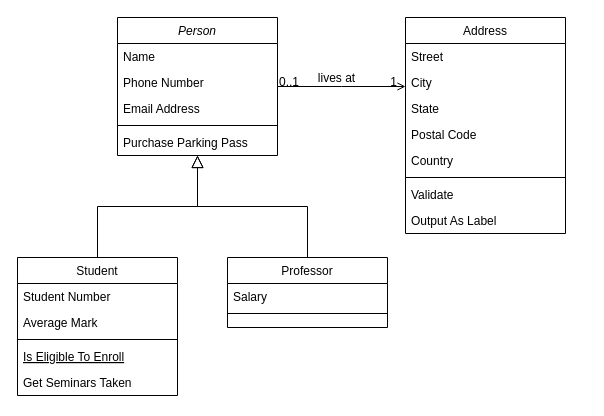
Earlier version of the draw.io diagram Diagramme sans nom.drawio (yacdja/myzoo). Source tidied: cells renumbered, new cells numbered last; positions are measured from the earlier drawing's top-left corner, leaving out a move shared by most shapes. Both pictures are drawn from the tidied source at 100%, with x=0, y=0 at pixel (17, 17).
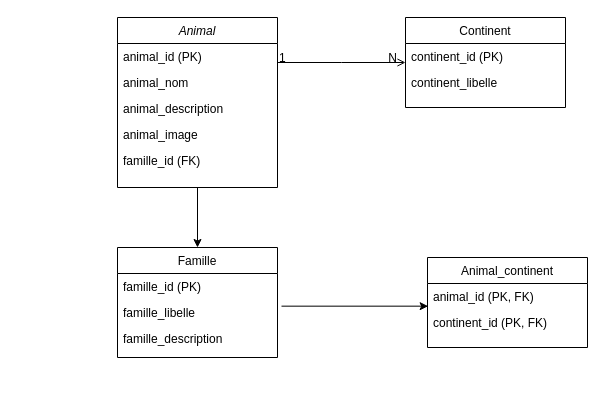
The same diagram, later.

The change refers to these unchanged cells:
```xml
<mxCell id="28" style="endArrow=open;shadow=0;strokeWidth=1;rounded=0;endFill=1;edgeStyle=elbowEdgeStyle;elbow=vertical;" parent="1" edge="1" source="2" target="19">
  <mxGeometry x="0.5" y="41" relative="1" as="geometry">
    <mxPoint x="-40" y="32" as="offset" />
  </mxGeometry>
</mxCell>
```

Change to the diagram source:
```diff
@@
-    <mxCell id="2" value="Person" style="swimlane;fontStyle=2;align=center;verticalAlign=top;horizontal=1;startSize=26;rounded=0;shadow=0;strokeWidth=1;" parent="1" vertex="1">
-      <mxGeometry x="100" width="160" height="138" as="geometry" />
+    <mxCell id="2" value="Animal" style="swimlane;fontStyle=2;align=center;verticalAlign=top;horizontal=1;startSize=26;rounded=0;shadow=0;strokeWidth=1;" parent="1" vertex="1">
+      <mxGeometry x="100" width="160" height="170" as="geometry" />
     </mxCell>
-    <mxCell id="3" value="Name" style="text;align=left;verticalAlign=top;spacingLeft=4;spacingRight=4;overflow=hidden;" parent="2" vertex="1">
+    <mxCell id="3" value="animal_id (PK)" style="text;align=left;verticalAlign=top;spacingLeft=4;spacingRight=4;overflow=hidden;" parent="2" vertex="1">
       <mxGeometry y="26" width="160" height="26" as="geometry" />
     </mxCell>
-    <mxCell id="4" value="Phone Number" style="text;align=left;verticalAlign=top;spacingLeft=4;spacingRight=4;overflow=hidden;rounded=0;shadow=0;html=0;" parent="2" vertex="1">
+    <mxCell id="4" value="animal_nom" style="text;align=left;verticalAlign=top;spacingLeft=4;spacingRight=4;overflow=hidden;rounded=0;shadow=0;html=0;" parent="2" vertex="1">
       <mxGeometry y="52" width="160" height="26" as="geometry" />
     </mxCell>
-    <mxCell id="5" value="Email Address" style="text;align=left;verticalAlign=top;spacingLeft=4;spacingRight=4;overflow=hidden;rounded=0;shadow=0;html=0;" parent="2" vertex="1">
+    <mxCell id="5" value="animal_description" style="text;align=left;verticalAlign=top;spacingLeft=4;spacingRight=4;overflow=hidden;rounded=0;shadow=0;html=0;" parent="2" vertex="1">
       <mxGeometry y="78" width="160" height="26" as="geometry" />
     </mxCell>
-    <mxCell id="6" style="line;html=1;strokeWidth=1;align=left;verticalAlign=middle;spacingTop=-1;spacingLeft=3;spacingRight=3;labelPosition=right;" parent="2" vertex="1">
-      <mxGeometry y="104" width="160" height="8" as="geometry" />
-    </mxCell>
-    <mxCell id="7" value="Purchase Parking Pass" style="text;align=left;verticalAlign=top;spacingLeft=4;spacingRight=4;overflow=hidden;" parent="2" vertex="1">
-      <mxGeometry y="112" width="160" height="26" as="geometry" />
-    </mxCell>
+    <mxCell id="32" value="animal_image" style="text;align=left;verticalAlign=top;spacingLeft=4;spacingRight=4;overflow=hidden;" parent="2" vertex="1">
+      <mxGeometry y="104" width="160" height="26" as="geometry" />
+    </mxCell>
+    <mxCell id="33" value="famille_id (FK)" style="text;align=left;verticalAlign=top;spacingLeft=4;spacingRight=4;overflow=hidden;" parent="2" vertex="1">
+      <mxGeometry y="130" width="160" height="26" as="geometry" />
+    </mxCell>
-    <mxCell id="8" value="Student" style="swimlane;fontStyle=0;align=center;verticalAlign=top;horizontal=1;startSize=26;rounded=0;shadow=0;strokeWidth=1;" parent="1" vertex="1">
-      <mxGeometry y="240" width="160" height="138" as="geometry" />
+    <mxCell id="8" value="Famille" style="swimlane;fontStyle=0;align=center;verticalAlign=top;horizontal=1;startSize=26;rounded=0;shadow=0;strokeWidth=1;" parent="1" vertex="1">
+      <mxGeometry x="100" y="230" width="160" height="110" as="geometry" />
     </mxCell>
-    <mxCell id="9" value="Student Number" style="text;align=left;verticalAlign=top;spacingLeft=4;spacingRight=4;overflow=hidden;" parent="8" vertex="1">
+    <mxCell id="9" value="famille_id (PK)" style="text;align=left;verticalAlign=top;spacingLeft=4;spacingRight=4;overflow=hidden;" parent="8" vertex="1">
       <mxGeometry y="26" width="160" height="26" as="geometry" />
     </mxCell>
-    <mxCell id="10" value="Average Mark" style="text;align=left;verticalAlign=top;spacingLeft=4;spacingRight=4;overflow=hidden;rounded=0;shadow=0;html=0;" parent="8" vertex="1">
-      <mxGeometry y="52" width="160" height="26" as="geometry" />
-    </mxCell>
-    <mxCell id="11" style="line;html=1;strokeWidth=1;align=left;verticalAlign=middle;spacingTop=-1;spacingLeft=3;spacingRight=3;labelPosition=right;" parent="8" vertex="1">
-      <mxGeometry y="78" width="160" height="8" as="geometry" />
-    </mxCell>
-    <mxCell id="12" value="Is Eligible To Enroll" style="text;align=left;verticalAlign=top;spacingLeft=4;spacingRight=4;overflow=hidden;fontStyle=4;" parent="8" vertex="1">
-      <mxGeometry y="86" width="160" height="26" as="geometry" />
-    </mxCell>
-    <mxCell id="13" value="Get Seminars Taken" style="text;align=left;verticalAlign=top;spacingLeft=4;spacingRight=4;overflow=hidden;" parent="8" vertex="1">
-      <mxGeometry y="112" width="160" height="26" as="geometry" />
-    </mxCell>
-    <mxCell id="14" style="endArrow=block;endSize=10;endFill=0;shadow=0;strokeWidth=1;rounded=0;edgeStyle=elbowEdgeStyle;elbow=vertical;" parent="1" edge="1" source="8" target="2">
-      <mxGeometry relative="1" as="geometry" />
-    </mxCell>
-    <mxCell id="15" value="Professor" style="swimlane;fontStyle=0;align=center;verticalAlign=top;horizontal=1;startSize=26;rounded=0;shadow=0;strokeWidth=1;" parent="1" vertex="1">
-      <mxGeometry x="210" y="240" width="160" height="70" as="geometry" />
-    </mxCell>
-    <mxCell id="16" value="Salary" style="text;align=left;verticalAlign=top;spacingLeft=4;spacingRight=4;overflow=hidden;" parent="15" vertex="1">
-      <mxGeometry y="26" width="160" height="26" as="geometry" />
-    </mxCell>
-    <mxCell id="17" style="line;html=1;strokeWidth=1;align=left;verticalAlign=middle;spacingTop=-1;spacingLeft=3;spacingRight=3;labelPosition=right;" parent="15" vertex="1">
-      <mxGeometry y="52" width="160" height="8" as="geometry" />
-    </mxCell>
-    <mxCell id="18" style="endArrow=block;endSize=10;endFill=0;shadow=0;strokeWidth=1;rounded=0;edgeStyle=elbowEdgeStyle;elbow=vertical;" parent="1" edge="1" source="15" target="2">
-      <mxGeometry relative="1" as="geometry" />
-    </mxCell>
+    <mxCell id="34" value="famille_libelle" style="text;align=left;verticalAlign=top;spacingLeft=4;spacingRight=4;overflow=hidden;points=[[0,0.5],[1,0.5]];portConstraint=eastwest;" parent="8" vertex="1">
+      <mxGeometry y="52" width="160" height="26" as="geometry" />
+    </mxCell>
+    <mxCell id="35" value="famille_description" style="text;align=left;verticalAlign=top;spacingLeft=4;spacingRight=4;overflow=hidden;" parent="8" vertex="1">
+      <mxGeometry y="78" width="160" height="26" as="geometry" />
+    </mxCell>
-    <mxCell id="19" value="Address" style="swimlane;fontStyle=0;align=center;verticalAlign=top;horizontal=1;startSize=26;rounded=0;shadow=0;strokeWidth=1;" parent="1" vertex="1">
-      <mxGeometry x="388" width="160" height="216" as="geometry" />
+    <mxCell id="19" value="Continent" style="swimlane;fontStyle=0;align=center;verticalAlign=top;horizontal=1;startSize=26;rounded=0;shadow=0;strokeWidth=1;" parent="1" vertex="1">
+      <mxGeometry x="388" width="160" height="90" as="geometry" />
     </mxCell>
-    <mxCell id="20" value="Street" style="text;align=left;verticalAlign=top;spacingLeft=4;spacingRight=4;overflow=hidden;" parent="19" vertex="1">
+    <mxCell id="20" value="continent_id (PK)" style="text;align=left;verticalAlign=top;spacingLeft=4;spacingRight=4;overflow=hidden;" parent="19" vertex="1">
       <mxGeometry y="26" width="160" height="26" as="geometry" />
     </mxCell>
-    <mxCell id="21" value="City" style="text;align=left;verticalAlign=top;spacingLeft=4;spacingRight=4;overflow=hidden;rounded=0;shadow=0;html=0;" parent="19" vertex="1">
+    <mxCell id="21" value="continent_libelle" style="text;align=left;verticalAlign=top;spacingLeft=4;spacingRight=4;overflow=hidden;rounded=0;shadow=0;html=0;" parent="19" vertex="1">
       <mxGeometry y="52" width="160" height="26" as="geometry" />
     </mxCell>
-    <mxCell id="22" value="State" style="text;align=left;verticalAlign=top;spacingLeft=4;spacingRight=4;overflow=hidden;rounded=0;shadow=0;html=0;" parent="19" vertex="1">
-      <mxGeometry y="78" width="160" height="26" as="geometry" />
-    </mxCell>
-    <mxCell id="23" value="Postal Code" style="text;align=left;verticalAlign=top;spacingLeft=4;spacingRight=4;overflow=hidden;rounded=0;shadow=0;html=0;" parent="19" vertex="1">
-      <mxGeometry y="104" width="160" height="26" as="geometry" />
-    </mxCell>
-    <mxCell id="24" value="Country" style="text;align=left;verticalAlign=top;spacingLeft=4;spacingRight=4;overflow=hidden;rounded=0;shadow=0;html=0;" parent="19" vertex="1">
-      <mxGeometry y="130" width="160" height="26" as="geometry" />
-    </mxCell>
-    <mxCell id="25" style="line;html=1;strokeWidth=1;align=left;verticalAlign=middle;spacingTop=-1;spacingLeft=3;spacingRight=3;labelPosition=right;" parent="19" vertex="1">
-      <mxGeometry y="156" width="160" height="8" as="geometry" />
-    </mxCell>
-    <mxCell id="26" value="Validate" style="text;align=left;verticalAlign=top;spacingLeft=4;spacingRight=4;overflow=hidden;" parent="19" vertex="1">
-      <mxGeometry y="164" width="160" height="26" as="geometry" />
-    </mxCell>
-    <mxCell id="27" value="Output As Label" style="text;align=left;verticalAlign=top;spacingLeft=4;spacingRight=4;overflow=hidden;" parent="19" vertex="1">
-      <mxGeometry y="190" width="160" height="26" as="geometry" />
-    </mxCell>
@@
-    <mxCell id="29" value="0..1" style="align=left;verticalAlign=bottom;labelBackgroundColor=none;fontSize=12;" parent="28" vertex="1">
+    <mxCell id="29" value="1" style="align=left;verticalAlign=bottom;labelBackgroundColor=none;fontSize=12;" parent="28" vertex="1">
       <mxGeometry x="-1" relative="1" as="geometry">
         <mxPoint y="4" as="offset" />
       </mxGeometry>
     </mxCell>
-    <mxCell id="30" value="1" style="align=right;verticalAlign=bottom;labelBackgroundColor=none;fontSize=12;" parent="28" vertex="1">
+    <mxCell id="30" value="N" style="align=right;verticalAlign=bottom;labelBackgroundColor=none;fontSize=12;" parent="28" vertex="1">
       <mxGeometry x="1" relative="1" as="geometry">
         <mxPoint x="-7" y="4" as="offset" />
       </mxGeometry>
     </mxCell>
-    <mxCell id="31" value="lives at" style="text;html=1;align=center;verticalAlign=middle;labelBackgroundColor=none;rounded=0;shadow=0;strokeWidth=1;fontSize=12;" parent="28" vertex="1">
-      <mxGeometry x="0.5" y="49" relative="1" as="geometry">
-        <mxPoint x="-38" y="40" as="offset" />
-      </mxGeometry>
-    </mxCell>
+    <mxCell id="36" style="endArrow=classic;html=1;rounded=0;entryX=0.5;entryY=0;entryDx=0;entryDy=0;exitX=0.5;exitY=1;exitDx=0;exitDy=0;" parent="1" edge="1" source="2" target="8">
+      <mxGeometry relative="1" as="geometry" />
+    </mxCell>
+    <mxCell id="37" value="Animal_continent" style="swimlane;fontStyle=0;align=center;verticalAlign=top;horizontal=1;startSize=26;rounded=0;shadow=0;strokeWidth=1;" parent="1" vertex="1">
+      <mxGeometry x="410" y="240" width="160" height="90" as="geometry" />
+    </mxCell>
+    <mxCell id="38" value="animal_id (PK, FK)" style="text;align=left;verticalAlign=top;spacingLeft=4;spacingRight=4;overflow=hidden;points=[[0,0.5],[1,0.5]];portConstraint=eastwest;" parent="37" vertex="1">
+      <mxGeometry y="26" width="160" height="26" as="geometry" />
+    </mxCell>
+    <mxCell id="39" value="continent_id (PK, FK)" style="text;align=left;verticalAlign=top;spacingLeft=4;spacingRight=4;overflow=hidden;rounded=0;shadow=0;html=0;" parent="37" vertex="1">
+      <mxGeometry y="52" width="160" height="26" as="geometry" />
+    </mxCell>
+    <mxCell id="40" style="endArrow=classic;html=1;rounded=0;entryX=0.004;entryY=0.872;entryDx=0;entryDy=0;entryPerimeter=0;exitX=1.025;exitY=0.256;exitDx=0;exitDy=0;exitPerimeter=0;" parent="1" edge="1" source="34" target="38">
+      <mxGeometry relative="1" as="geometry" />
+    </mxCell>
```
